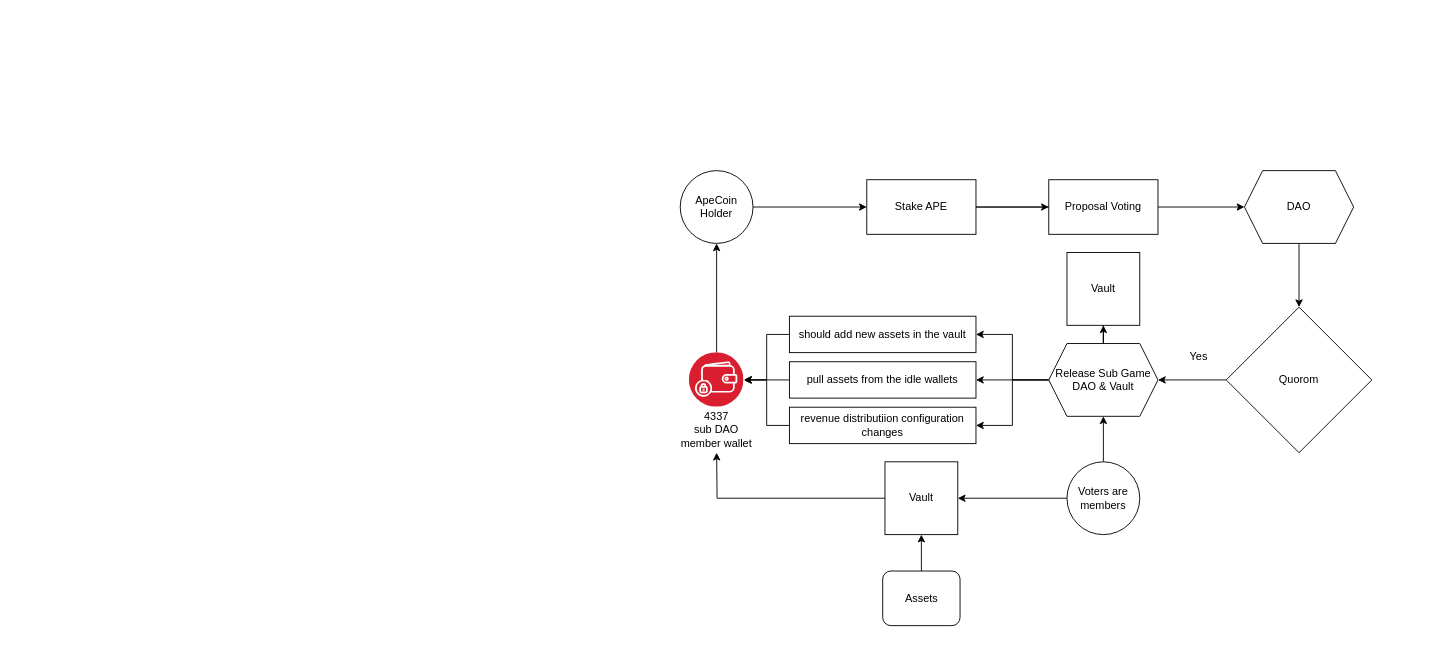
Above: apeX99-user-flow.drawio in ali-05-ahmed/Concept-Diagrams (draw.io), before the change. Source tidied: cells renumbered, new cells numbered last; positions are measured from the earlier drawing's top-left corner, leaving out a move shared by most shapes. Both pictures are drawn from the tidied source at 91%, with x=0, y=0 at pixel (675, 170).
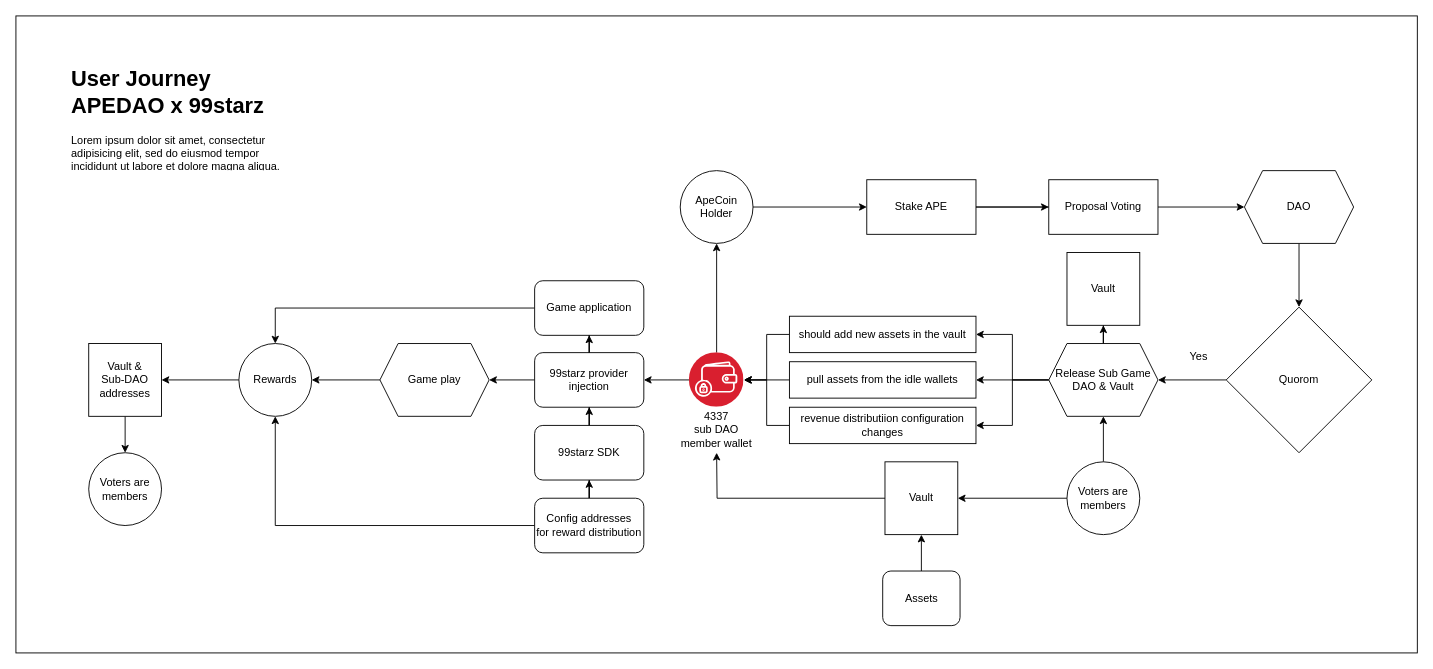
Above is the later version.

Unchanged cells that the change refers to:
```xml
<mxCell id="29" style="image;perimeter=ellipsePerimeter;html=1;align=center;shadow=0;dashed=0;fontColor=#4277BB;labelBackgroundColor=default;fontSize=12;spacingTop=3;image=img/lib/ibm/blockchain/wallet.svg;" parent="1" vertex="1">
  <mxGeometry x="15" y="200" width="60" height="60" as="geometry" />
</mxCell>
```

The edit, as a diff of the source:
```diff
@@
+    <mxCell id="35" style="rounded=0;whiteSpace=wrap;html=1;" parent="1" vertex="1">
+      <mxGeometry x="-725" y="-170" width="1540" height="700" as="geometry" />
+    </mxCell>
@@
+    <mxCell id="36" style="edgeStyle=orthogonalEdgeStyle;rounded=0;jettySize=auto;html=1;" parent="1" edge="1" source="29">
+      <mxGeometry relative="1" as="geometry">
+        <mxPoint x="-35" y="230" as="targetPoint" />
+      </mxGeometry>
+    </mxCell>
@@
+    <mxCell id="37" style="edgeStyle=orthogonalEdgeStyle;rounded=0;jettySize=auto;html=1;" parent="1" edge="1" source="38" target="50">
+      <mxGeometry relative="1" as="geometry" />
+    </mxCell>
+    <mxCell id="38" value="Game play" style="shape=hexagon;perimeter=hexagonPerimeter2;whiteSpace=wrap;html=1;fixedSize=1;" parent="1" vertex="1">
+      <mxGeometry x="-325" y="190" width="120" height="80" as="geometry" />
+    </mxCell>
+    <mxCell id="39" style="edgeStyle=orthogonalEdgeStyle;rounded=0;jettySize=auto;html=1;" parent="1" edge="1" source="41" target="43">
+      <mxGeometry relative="1" as="geometry" />
+    </mxCell>
+    <mxCell id="40" style="edgeStyle=orthogonalEdgeStyle;rounded=0;jettySize=auto;html=1;" parent="1" edge="1" source="41" target="38">
+      <mxGeometry relative="1" as="geometry" />
+    </mxCell>
+    <mxCell id="41" value="99starz provider injection" style="rounded=1;whiteSpace=wrap;html=1;" parent="1" vertex="1">
+      <mxGeometry x="-155" y="200" width="120" height="60" as="geometry" />
+    </mxCell>
+    <mxCell id="42" style="edgeStyle=orthogonalEdgeStyle;rounded=0;jettySize=auto;html=1;" parent="1" edge="1" source="43" target="50">
+      <mxGeometry relative="1" as="geometry" />
+    </mxCell>
+    <mxCell id="43" value="Game application" style="rounded=1;whiteSpace=wrap;html=1;" parent="1" vertex="1">
+      <mxGeometry x="-155" y="121" width="120" height="60" as="geometry" />
+    </mxCell>
+    <mxCell id="44" style="edgeStyle=orthogonalEdgeStyle;rounded=0;jettySize=auto;html=1;entryX=0.5;entryY=1;entryDx=0;entryDy=0;" parent="1" edge="1" source="45" target="41">
+      <mxGeometry relative="1" as="geometry" />
+    </mxCell>
+    <mxCell id="45" value="99starz SDK" style="rounded=1;whiteSpace=wrap;html=1;" parent="1" vertex="1">
+      <mxGeometry x="-155" y="280" width="120" height="60" as="geometry" />
+    </mxCell>
+    <mxCell id="46" style="edgeStyle=orthogonalEdgeStyle;rounded=0;jettySize=auto;html=1;" parent="1" edge="1" source="48" target="45">
+      <mxGeometry relative="1" as="geometry" />
+    </mxCell>
+    <mxCell id="47" style="edgeStyle=orthogonalEdgeStyle;rounded=0;jettySize=auto;html=1;entryX=0.5;entryY=1;entryDx=0;entryDy=0;" parent="1" edge="1" source="48" target="50">
+      <mxGeometry relative="1" as="geometry" />
+    </mxCell>
+    <mxCell id="48" value="Config addresses&lt;br&gt;for reward distribution" style="rounded=1;whiteSpace=wrap;html=1;" parent="1" vertex="1">
+      <mxGeometry x="-155" y="360" width="120" height="60" as="geometry" />
+    </mxCell>
+    <mxCell id="49" style="edgeStyle=orthogonalEdgeStyle;rounded=0;jettySize=auto;html=1;" parent="1" edge="1" source="50" target="52">
+      <mxGeometry relative="1" as="geometry" />
+    </mxCell>
+    <mxCell id="50" value="Rewards" style="ellipse;whiteSpace=wrap;html=1;" parent="1" vertex="1">
+      <mxGeometry x="-480" y="190" width="80" height="80" as="geometry" />
+    </mxCell>
+    <mxCell id="51" style="edgeStyle=orthogonalEdgeStyle;rounded=0;jettySize=auto;html=1;" parent="1" edge="1" source="52" target="53">
+      <mxGeometry relative="1" as="geometry" />
+    </mxCell>
+    <mxCell id="52" value="Vault &amp;amp; &lt;br&gt;Sub-DAO&lt;br&gt;addresses" style="whiteSpace=wrap;html=1;" parent="1" vertex="1">
+      <mxGeometry x="-645" y="190" width="80" height="80" as="geometry" />
+    </mxCell>
+    <mxCell id="53" value="Voters are members" style="ellipse;whiteSpace=wrap;html=1;" parent="1" vertex="1">
+      <mxGeometry x="-645" y="310" width="80" height="80" as="geometry" />
+    </mxCell>
+    <mxCell id="54" value="&lt;h1&gt;User Journey APEDAO x 99starz&lt;/h1&gt;&lt;p&gt;Lorem ipsum dolor sit amet, consectetur adipisicing elit, sed do eiusmod tempor incididunt ut labore et dolore magna aliqua.&lt;/p&gt;" style="text;html=1;strokeColor=none;fillColor=none;spacing=5;spacingTop=-20;whiteSpace=wrap;overflow=hidden;rounded=0;" parent="1" vertex="1">
+      <mxGeometry x="-669" y="-120" width="254" height="120" as="geometry" />
+    </mxCell>
```
